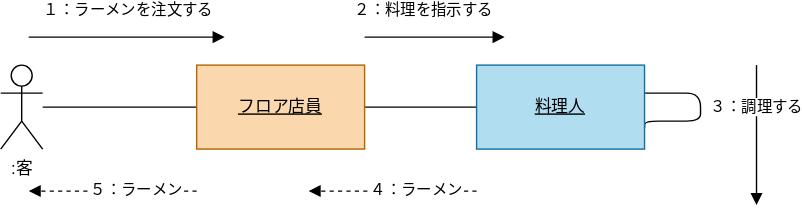
Above: 例題5-1_ラーメン注文配膳.drawio.svg in TTaKesAwA/uml-intro (draw.io), before the change. Source tidied: cells renumbered, new cells last; positions are measured from the earlier drawing's top-left corner, leaving out a move shared by most shapes.
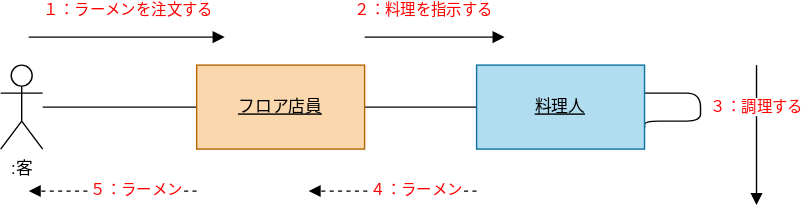
Above is the later version.

Commit message:
例題の更新

Change to the diagram source:
```diff
@@ -32,7 +32,7 @@
         <mxPoint x="160" as="targetPoint" />
       </mxGeometry>
     </mxCell>
-    <mxCell id="9" value="&lt;font style=&quot;background-color: rgb(255, 255, 255);&quot; color=&quot;#000000&quot;&gt;１：ラーメンを注文する&lt;/font&gt;" style="edgeLabel;html=1;align=center;verticalAlign=middle;fontColor=#FFFFFF;" parent="8" vertex="1">
+    <mxCell id="9" value="&lt;font color=&quot;#ff0000&quot; style=&quot;background-color: rgb(255, 255, 255);&quot;&gt;１：ラーメンを注文する&lt;/font&gt;" style="edgeLabel;html=1;align=center;verticalAlign=middle;fontColor=#FFFFFF;" parent="8" vertex="1">
       <mxGeometry x="0.45" y="2" relative="1" as="geometry">
         <mxPoint x="-32" y="-18" as="offset" />
       </mxGeometry>
@@ -43,7 +43,7 @@
         <mxPoint x="360" as="targetPoint" />
       </mxGeometry>
     </mxCell>
-    <mxCell id="11" value="&lt;font style=&quot;background-color: rgb(255, 255, 255);&quot; color=&quot;#000000&quot;&gt;２：料理を指示する&lt;/font&gt;" style="edgeLabel;html=1;align=center;verticalAlign=middle;fontColor=#FFFFFF;" parent="10" vertex="1">
+    <mxCell id="11" value="&lt;font color=&quot;#ff0000&quot; style=&quot;background-color: rgb(255, 255, 255);&quot;&gt;２：料理を指示する&lt;/font&gt;" style="edgeLabel;html=1;align=center;verticalAlign=middle;fontColor=#FFFFFF;" parent="10" vertex="1">
       <mxGeometry x="0.45" y="2" relative="1" as="geometry">
         <mxPoint x="-32" y="-18" as="offset" />
       </mxGeometry>
@@ -54,7 +54,7 @@
         <mxPoint x="540" y="120" as="targetPoint" />
       </mxGeometry>
     </mxCell>
-    <mxCell id="13" value="&lt;font style=&quot;background-color: rgb(255, 255, 255);&quot; color=&quot;#000000&quot;&gt;３：調理する&lt;/font&gt;" style="edgeLabel;html=1;align=center;verticalAlign=middle;fontColor=#FFFFFF;" parent="12" vertex="1">
+    <mxCell id="13" value="&lt;font color=&quot;#ff0000&quot; style=&quot;background-color: rgb(255, 255, 255);&quot;&gt;３：調理する&lt;/font&gt;" style="edgeLabel;html=1;align=center;verticalAlign=middle;fontColor=#FFFFFF;" parent="12" vertex="1">
       <mxGeometry x="-0.42" y="-1" relative="1" as="geometry" />
     </mxCell>
     <mxCell id="14" style="endArrow=block;html=1;strokeColor=default;fontColor=#000000;dashed=1;endFill=1;" parent="1" edge="1">
@@ -63,7 +63,7 @@
         <mxPoint x="20" y="110" as="targetPoint" />
       </mxGeometry>
     </mxCell>
-    <mxCell id="15" value="&lt;span style=&quot;background-color: rgb(255, 255, 255);&quot;&gt;５：ラーメン&lt;/span&gt;" style="edgeLabel;html=1;align=center;verticalAlign=middle;fontColor=#000000;" parent="14" vertex="1">
+    <mxCell id="15" value="&lt;span style=&quot;background-color: rgb(255, 255, 255);&quot;&gt;&lt;font color=&quot;#ff0000&quot;&gt;５：ラーメン&lt;/font&gt;&lt;/span&gt;" style="edgeLabel;html=1;align=center;verticalAlign=middle;fontColor=#000000;" parent="14" vertex="1">
       <mxGeometry x="-0.28" y="-2" relative="1" as="geometry" />
     </mxCell>
     <mxCell id="16" style="endArrow=block;html=1;strokeColor=default;fontColor=#000000;dashed=1;endFill=1;" parent="1" edge="1">
@@ -72,7 +72,7 @@
         <mxPoint x="220" y="110" as="targetPoint" />
       </mxGeometry>
     </mxCell>
-    <mxCell id="17" value="&lt;span style=&quot;background-color: rgb(255, 255, 255);&quot;&gt;４：ラーメン&lt;/span&gt;" style="edgeLabel;html=1;align=center;verticalAlign=middle;fontColor=#000000;" parent="16" vertex="1">
+    <mxCell id="17" value="&lt;span style=&quot;background-color: rgb(255, 255, 255);&quot;&gt;&lt;font color=&quot;#ff0000&quot;&gt;４：ラーメン&lt;/font&gt;&lt;/span&gt;" style="edgeLabel;html=1;align=center;verticalAlign=middle;fontColor=#000000;" parent="16" vertex="1">
       <mxGeometry x="-0.28" y="-2" relative="1" as="geometry" />
     </mxCell>
   </root>
```
